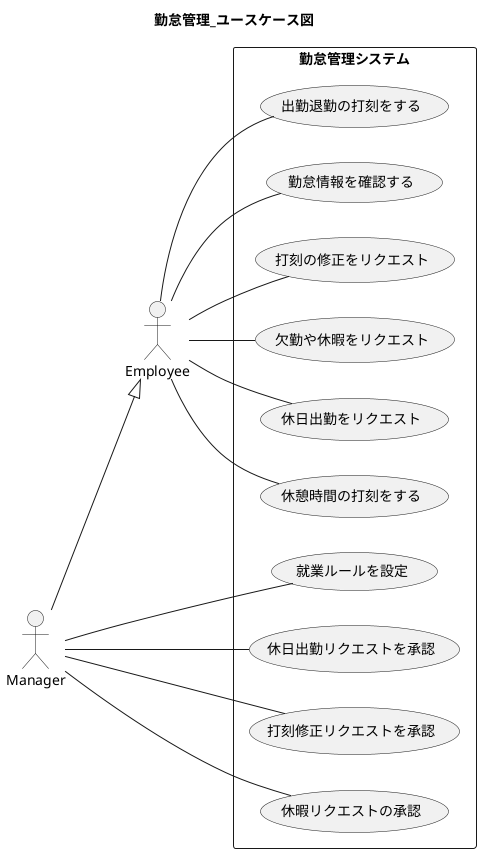
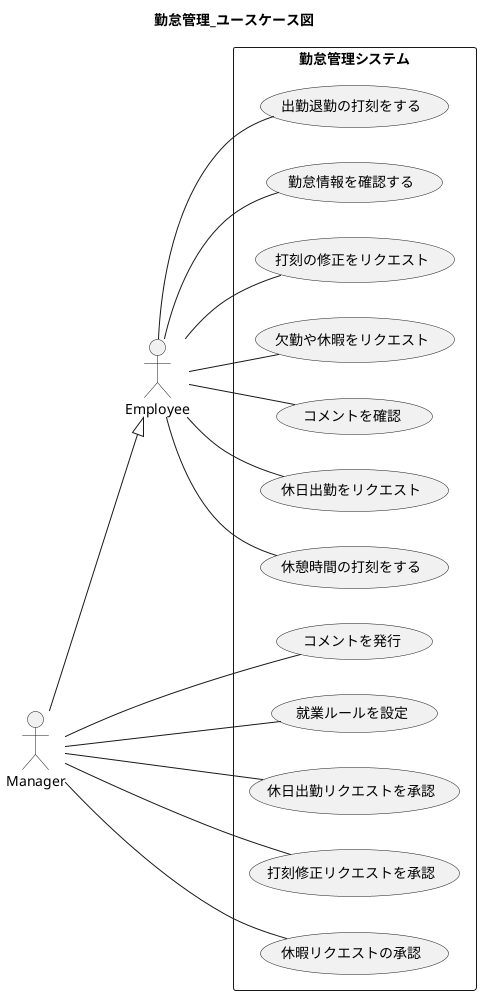
@startuml usecase
title 勤怠管理_ユースケース図

skinparam packageStyle rect
left to right direction

actor Employee as E
actor Manager as M
M --|> E

package 勤怠管理システム{
+   usecase コメントを発行 as U_14
  usecase 就業ルールを設定 as U_13
  usecase 休日出勤リクエストを承認 as U_12
  usecase 打刻修正リクエストを承認 as U_11
  usecase 休暇リクエストの承認 as U_10

  usecase 休日出勤をリクエスト as U_6
  usecase 休憩時間の打刻をする as U_5
  usecase 出勤退勤の打刻をする as U_4
  usecase 勤怠情報を確認する as U_3
  usecase 打刻の修正をリクエスト as U_2
  usecase 欠勤や休暇をリクエスト as U_1
+   usecase コメントを確認 as U_7
}

E -- U_1
E -- U_2
E -- U_3
E -- U_4
E -- U_5
E -- U_6
+ E -- U_7

+ M -- U_14
M -- U_13
M -- U_12
M -- U_11
M -- U_10

@enduml